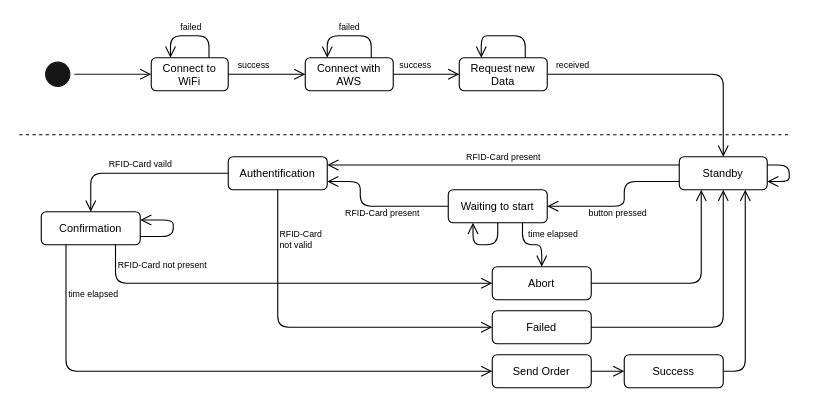
Earlier version of the draw.io diagram docs/assets/models/states.drawio.xml (finnge/iot-service-button). Source tidied: cells renumbered, new cells numbered last; positions are measured from the earlier drawing's top-left corner, leaving out a move shared by most shapes. Both pictures are drawn from the tidied source at 110%, with x=0, y=0 at pixel (-735, 35).
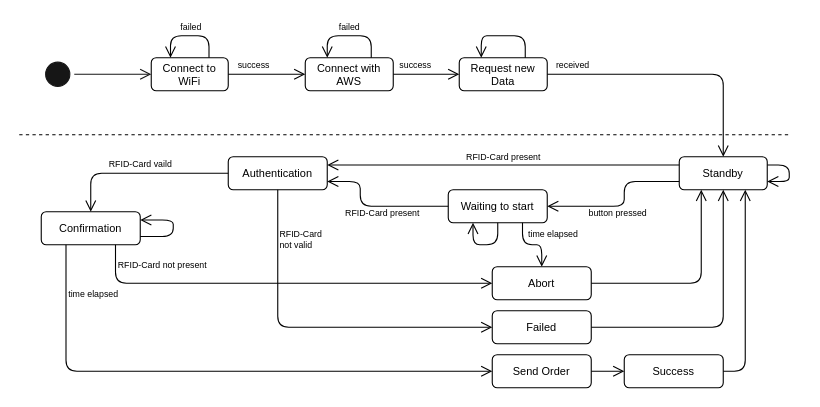
The same diagram, later.

What changed in the source:
```diff
@@
-    <mxCell id="22" value="&lt;span style=&quot;line-height: 100%&quot;&gt;Authentification&lt;/span&gt;" style="rounded=1;verticalAlign=middle;labelPosition=center;verticalLabelPosition=middle;align=center;labelBorderColor=none;whiteSpace=wrap;fontFamily=Arial;html=1;fontSize=10;fillColor=none;" parent="1" vertex="1">
+    <mxCell id="22" value="Authentication" style="rounded=1;verticalAlign=middle;labelPosition=center;verticalLabelPosition=middle;align=center;labelBorderColor=none;whiteSpace=wrap;fontFamily=Arial;html=1;fontSize=10;fillColor=none;" parent="1" vertex="1">
       <mxGeometry x="875" y="110" width="90" height="30" as="geometry" />
     </mxCell>
```
